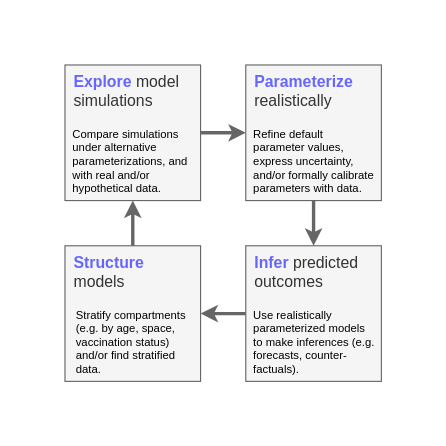
papsti/macpan-workshop keeps this draw.io diagram as modelling-cycle.drawio. Above is the earlier version. Source tidied: cells renumbered, new cells numbered last; positions are measured from the earlier drawing's top-left corner, leaving out a move shared by most shapes. Both pictures are drawn from the tidied source at 113%, with x=0, y=0 at pixel (64, 64).
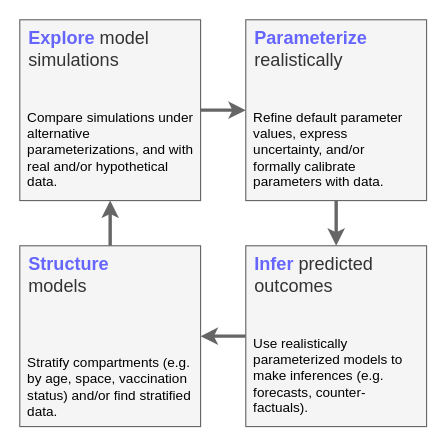
The same page after the edit.

Commit message (it also covers changes not shown here):
font size

Diff of the diagram source:
```diff
@@
 <mxGraphModel>
   <root>
     <mxCell id="0" />
     <mxCell id="1" parent="0" />
     <mxCell id="2" style="edgeStyle=orthogonalEdgeStyle;rounded=0;jettySize=auto;html=1;exitX=1;exitY=0.5;exitDx=0;exitDy=0;entryX=0;entryY=0.5;entryDx=0;entryDy=0;horizontal=1;spacingTop=6;align=left;spacingLeft=6;jumpSize=8;strokeWidth=3;strokeColor=#666666;fillColor=#f5f5f5;" parent="1" edge="1" source="3" target="5">
       <mxGeometry relative="1" as="geometry" />
     </mxCell>
-    <mxCell id="3" value="&lt;font style=&quot;font-size: 14px;&quot;&gt;&lt;b style=&quot;font-size: 14px;&quot;&gt;&lt;font style=&quot;font-size: 14px;&quot; color=&quot;#6666ff&quot;&gt;Explore&lt;/font&gt;&amp;nbsp;&lt;/b&gt;model simulations&lt;/font&gt;" style="rounded=0;whiteSpace=wrap;html=1;verticalAlign=top;horizontal=1;spacingTop=0;fontSize=14;align=left;spacingLeft=6;fillColor=#f5f5f5;fontColor=#333333;strokeColor=#666666;" parent="1" vertex="1">
-      <mxGeometry width="120" height="120" as="geometry" />
+    <mxCell id="3" value="&lt;font style=&quot;font-size: 16px;&quot;&gt;&lt;b style=&quot;font-size: 16px;&quot;&gt;&lt;font style=&quot;font-size: 16px;&quot; color=&quot;#6666ff&quot;&gt;Explore&lt;/font&gt;&amp;nbsp;&lt;/b&gt;model simulations&lt;/font&gt;" style="rounded=0;whiteSpace=wrap;html=1;verticalAlign=top;horizontal=1;spacingTop=0;fontSize=16;align=left;spacingLeft=6;fillColor=#f5f5f5;fontColor=#333333;strokeColor=#666666;" parent="1" vertex="1">
+      <mxGeometry x="-40" y="-40" width="160" height="160" as="geometry" />
     </mxCell>
     <mxCell id="4" style="edgeStyle=orthogonalEdgeStyle;rounded=0;jettySize=auto;html=1;exitX=0.5;exitY=1;exitDx=0;exitDy=0;entryX=0.5;entryY=0;entryDx=0;entryDy=0;horizontal=1;spacingTop=6;align=left;spacingLeft=6;jumpSize=8;strokeWidth=3;strokeColor=#666666;fillColor=#f5f5f5;" parent="1" edge="1" source="5" target="7">
       <mxGeometry relative="1" as="geometry" />
     </mxCell>
-    <mxCell id="5" value="&lt;font style=&quot;font-size: 14px;&quot;&gt;&lt;font style=&quot;font-size: 14px;&quot; color=&quot;#6666ff&quot;&gt;&lt;b style=&quot;font-size: 14px;&quot;&gt;Parameterize&lt;/b&gt;&lt;/font&gt;&lt;span style=&quot;font-size: 14px;&quot;&gt; &lt;/span&gt;&lt;span style=&quot;font-size: 14px;&quot;&gt;realistically&lt;/span&gt;&lt;br style=&quot;font-size: 14px;&quot;&gt;&lt;/font&gt;" style="rounded=0;whiteSpace=wrap;html=1;verticalAlign=top;horizontal=1;spacingTop=0;fontSize=14;align=left;spacingLeft=6;fillColor=#f5f5f5;fontColor=#333333;strokeColor=#666666;" parent="1" vertex="1">
-      <mxGeometry x="160" width="120" height="120" as="geometry" />
+    <mxCell id="5" value="&lt;font style=&quot;font-size: 16px;&quot;&gt;&lt;font style=&quot;font-size: 16px;&quot; color=&quot;#6666ff&quot;&gt;&lt;b style=&quot;font-size: 16px;&quot;&gt;Parameterize&lt;/b&gt;&lt;/font&gt;&lt;span style=&quot;font-size: 16px;&quot;&gt; &lt;/span&gt;&lt;span style=&quot;font-size: 16px;&quot;&gt;realistically&lt;/span&gt;&lt;br style=&quot;font-size: 16px;&quot;&gt;&lt;/font&gt;" style="rounded=0;whiteSpace=wrap;html=1;verticalAlign=top;horizontal=1;spacingTop=0;fontSize=16;align=left;spacingLeft=6;fillColor=#f5f5f5;fontColor=#333333;strokeColor=#666666;" parent="1" vertex="1">
+      <mxGeometry x="160" y="-40" width="160" height="160" as="geometry" />
     </mxCell>
     <mxCell id="6" style="edgeStyle=orthogonalEdgeStyle;rounded=0;jettySize=auto;html=1;exitX=0;exitY=0.5;exitDx=0;exitDy=0;entryX=1;entryY=0.5;entryDx=0;entryDy=0;horizontal=1;spacingTop=6;align=left;spacingLeft=6;jumpSize=8;strokeWidth=3;strokeColor=#666666;fillColor=#f5f5f5;" parent="1" edge="1" source="7" target="9">
       <mxGeometry relative="1" as="geometry" />
     </mxCell>
-    <mxCell id="7" value="&lt;font style=&quot;font-size: 14px;&quot;&gt;&lt;b style=&quot;font-size: 14px;&quot;&gt;&lt;font style=&quot;font-size: 14px;&quot; color=&quot;#6666ff&quot;&gt;Infer&lt;/font&gt;&amp;nbsp;&lt;/b&gt;predicted outcomes&lt;/font&gt;" style="rounded=0;whiteSpace=wrap;html=1;verticalAlign=top;horizontal=1;spacingTop=0;fontSize=14;align=left;spacingLeft=6;fillColor=#f5f5f5;fontColor=#333333;strokeColor=#666666;" parent="1" vertex="1">
-      <mxGeometry x="160" y="160" width="120" height="120" as="geometry" />
+    <mxCell id="7" value="&lt;font style=&quot;font-size: 16px;&quot;&gt;&lt;b style=&quot;font-size: 16px;&quot;&gt;&lt;font style=&quot;font-size: 16px;&quot; color=&quot;#6666ff&quot;&gt;Infer&lt;/font&gt;&amp;nbsp;&lt;/b&gt;predicted outcomes&lt;/font&gt;" style="rounded=0;whiteSpace=wrap;html=1;verticalAlign=top;horizontal=1;spacingTop=0;fontSize=16;align=left;spacingLeft=6;fillColor=#f5f5f5;fontColor=#333333;strokeColor=#666666;" parent="1" vertex="1">
+      <mxGeometry x="160" y="160" width="160" height="160" as="geometry" />
     </mxCell>
     <mxCell id="8" style="edgeStyle=orthogonalEdgeStyle;rounded=0;jettySize=auto;html=1;exitX=0.5;exitY=0;exitDx=0;exitDy=0;entryX=0.5;entryY=1;entryDx=0;entryDy=0;horizontal=1;spacingTop=6;align=left;spacingLeft=6;jumpSize=8;strokeWidth=3;strokeColor=#666666;fillColor=#f5f5f5;" parent="1" edge="1" source="9" target="3">
       <mxGeometry relative="1" as="geometry" />
     </mxCell>
-    <mxCell id="9" value="&lt;font style=&quot;font-size: 14px;&quot;&gt;&lt;b style=&quot;font-size: 14px;&quot;&gt;&lt;font style=&quot;font-size: 14px;&quot; color=&quot;#6666ff&quot;&gt;Structure&lt;/font&gt;&amp;nbsp;&lt;br&gt;&lt;/b&gt;models&lt;/font&gt;" style="rounded=0;whiteSpace=wrap;html=1;verticalAlign=top;horizontal=1;spacingTop=0;fontSize=14;align=left;spacingLeft=6;fillColor=#f5f5f5;fontColor=#333333;strokeColor=#666666;" parent="1" vertex="1">
-      <mxGeometry y="160" width="120" height="120" as="geometry" />
+    <mxCell id="9" value="&lt;font style=&quot;font-size: 16px;&quot;&gt;&lt;b style=&quot;font-size: 16px;&quot;&gt;&lt;font style=&quot;font-size: 16px;&quot; color=&quot;#6666ff&quot;&gt;Structure&lt;/font&gt;&amp;nbsp;&lt;br style=&quot;font-size: 16px;&quot;&gt;&lt;/b&gt;models&lt;/font&gt;" style="rounded=0;whiteSpace=wrap;html=1;verticalAlign=top;horizontal=1;spacingTop=0;fontSize=16;align=left;spacingLeft=6;fillColor=#f5f5f5;fontColor=#333333;strokeColor=#666666;" parent="1" vertex="1">
+      <mxGeometry x="-40" y="160" width="160" height="160" as="geometry" />
     </mxCell>
-    <mxCell id="10" value="Compare simulations under alternative parameterizations, and with real and/or hypothetical data." style="rounded=0;whiteSpace=wrap;html=1;strokeColor=none;fontSize=10;align=left;fillColor=none;" parent="1" vertex="1">
-      <mxGeometry x="5" y="60" width="110" height="50" as="geometry" />
+    <mxCell id="10" value="Compare simulations under alternative parameterizations, and with real and/or hypothetical data." style="rounded=0;whiteSpace=wrap;html=1;strokeColor=none;fontSize=12;align=left;fillColor=none;" parent="1" vertex="1">
+      <mxGeometry x="-35" y="50" width="150" height="50" as="geometry" />
     </mxCell>
-    <mxCell id="11" value="Stratify compartments (e.g. by age, space, vaccination status) and/or find stratified data." style="rounded=0;whiteSpace=wrap;html=1;strokeColor=none;fontSize=10;align=left;fillColor=none;" parent="1" vertex="1">
-      <mxGeometry x="7.5" y="210" width="105" height="70" as="geometry" />
+    <mxCell id="11" value="Stratify compartments (e.g. by age, space, vaccination status) and/or find stratified data." style="rounded=0;whiteSpace=wrap;html=1;strokeColor=none;fontSize=12;align=left;fillColor=none;" parent="1" vertex="1">
+      <mxGeometry x="-35" y="250" width="150" height="70" as="geometry" />
     </mxCell>
-    <mxCell id="12" value="Use realistically parameterized models to make inferences (e.g. forecasts, counter-factuals)." style="rounded=0;whiteSpace=wrap;html=1;strokeColor=none;fontSize=10;align=left;fillColor=none;" parent="1" vertex="1">
-      <mxGeometry x="165" y="210" width="110" height="70" as="geometry" />
+    <mxCell id="12" value="Use realistically parameterized models to make inferences (e.g. forecasts, counter-factuals)." style="rounded=0;whiteSpace=wrap;html=1;strokeColor=none;fontSize=12;align=left;fillColor=none;" parent="1" vertex="1">
+      <mxGeometry x="165" y="240" width="145" height="70" as="geometry" />
     </mxCell>
-    <mxCell id="13" value="Refine default parameter values, express uncertainty, and/or formally calibrate parameters with data." style="rounded=0;whiteSpace=wrap;html=1;strokeColor=none;fontSize=10;align=left;fillColor=none;" parent="1" vertex="1">
-      <mxGeometry x="165" y="60" width="110" height="50" as="geometry" />
+    <mxCell id="13" value="Refine default parameter values, express uncertainty, and/or formally calibrate parameters with data." style="rounded=0;whiteSpace=wrap;html=1;strokeColor=none;fontSize=12;align=left;fillColor=none;" parent="1" vertex="1">
+      <mxGeometry x="165" y="50" width="145" height="50" as="geometry" />
     </mxCell>
   </root>
 </mxGraphModel>
```
